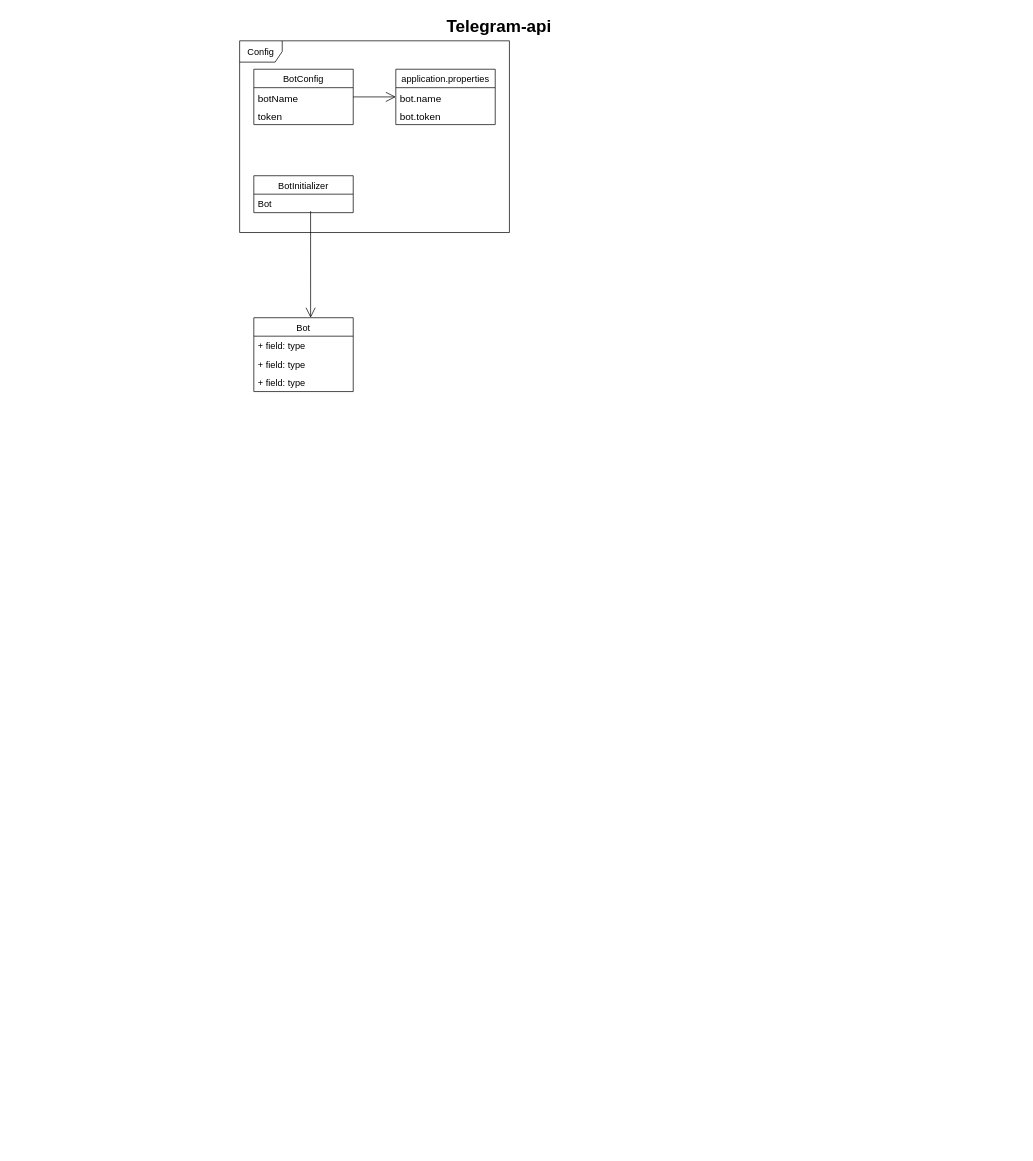
This is page "Telegram-Api Diagram" (2 of 2) of TeamDevelopmentDiagram.drawio from AlexeySapunov/DocTeamDev, a draw.io file, before an edit. Source tidied: cells renumbered, new cells numbered last; positions are measured from the earlier drawing's top-left corner, leaving out a move shared by most shapes. Both pictures are drawn from the tidied source at 71%, with x=0, y=0 at pixel (239, 12).
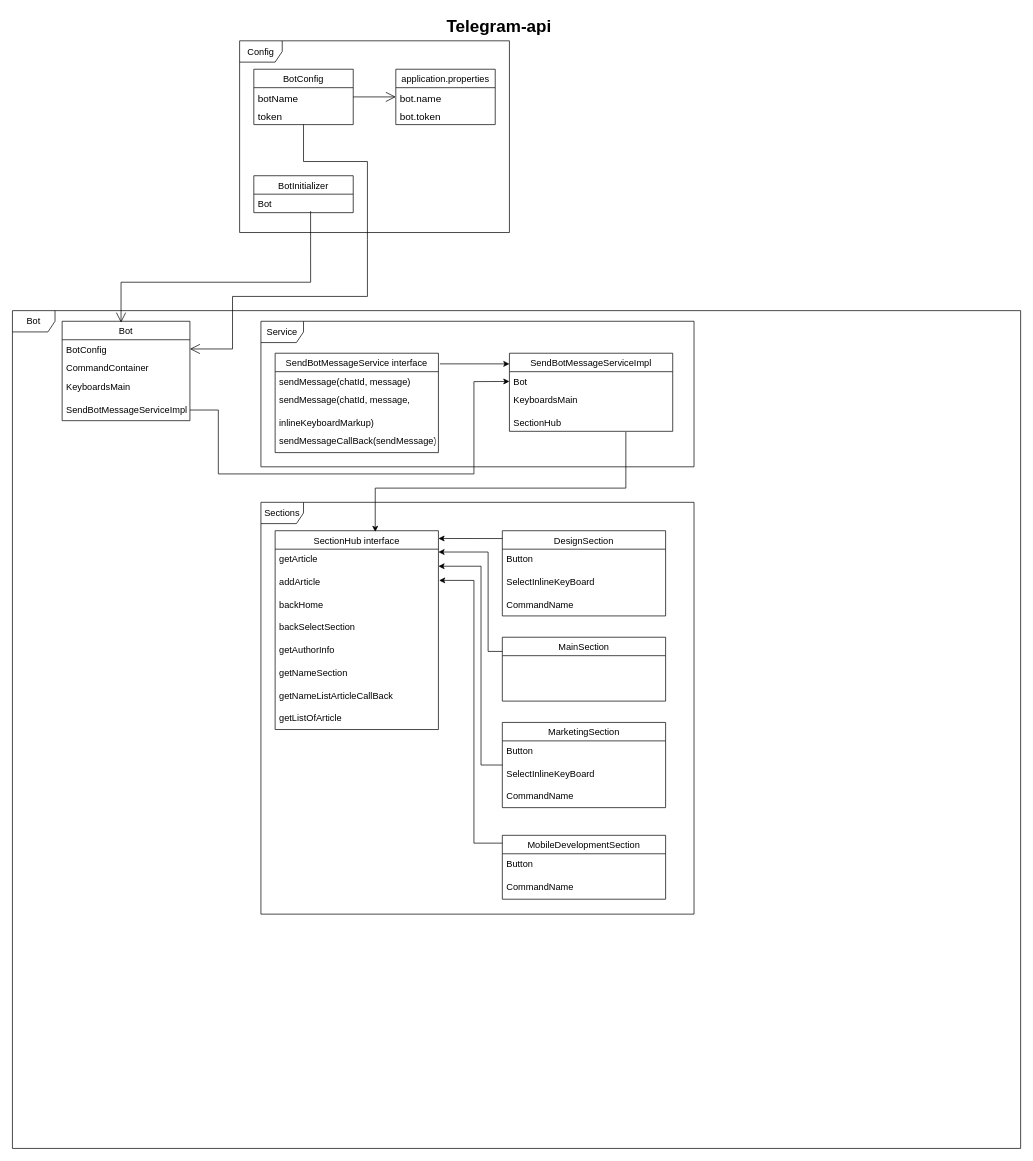
After the change.

Unchanged cells that the change refers to:
```xml
<mxCell id="6" value="token" style="text;strokeColor=none;fillColor=none;align=left;verticalAlign=top;spacingLeft=4;spacingRight=4;overflow=hidden;points=[[0,0.5],[1,0.5]];portConstraint=eastwest;strokeWidth=13;fontSize=14;" parent="4" vertex="1">
  <mxGeometry y="52" width="140" height="26" as="geometry" />
</mxCell>
<mxCell id="12" value="Bot" style="text;strokeColor=none;fillColor=none;align=left;verticalAlign=top;spacingLeft=4;spacingRight=4;overflow=hidden;points=[[0,0.5],[1,0.5]];portConstraint=eastwest;strokeWidth=1;fontFamily=Helvetica;fontSize=13;" parent="11" vertex="1">
  <mxGeometry y="26" width="140" height="26" as="geometry" />
</mxCell>
```

The edit, as a diff of the source:
```diff
@@
+    <mxCell id="18" value="Bot" style="shape=umlFrame;whiteSpace=wrap;html=1;strokeWidth=1;fontFamily=Helvetica;fontSize=13;width=60;height=30;" parent="1" vertex="1">
+      <mxGeometry x="-320" y="420" width="1420" height="1180" as="geometry" />
+    </mxCell>
@@
     <mxCell id="13" value="Bot" style="swimlane;fontStyle=0;horizontal=1;startSize=26;fillColor=none;strokeWidth=1;fontFamily=Helvetica;fontSize=13;" parent="1" vertex="1">
-      <mxGeometry x="20" y="430" width="140" height="104" as="geometry" />
+      <mxGeometry x="-250" y="435" width="180" height="140" as="geometry" />
     </mxCell>
-    <mxCell id="14" value="+ field: type" style="text;strokeColor=none;fillColor=none;align=left;verticalAlign=top;spacingLeft=4;spacingRight=4;overflow=hidden;points=[[0,0.5],[1,0.5]];portConstraint=eastwest;strokeWidth=1;fontFamily=Helvetica;fontSize=13;" parent="13" vertex="1">
-      <mxGeometry y="26" width="140" height="26" as="geometry" />
+    <mxCell id="14" value="BotConfig" style="text;strokeColor=none;fillColor=none;align=left;verticalAlign=top;spacingLeft=4;spacingRight=4;overflow=hidden;points=[[0,0.5],[1,0.5]];portConstraint=eastwest;strokeWidth=1;fontFamily=Helvetica;fontSize=13;" parent="13" vertex="1">
+      <mxGeometry y="26" width="180" height="26" as="geometry" />
     </mxCell>
-    <mxCell id="15" value="+ field: type" style="text;strokeColor=none;fillColor=none;align=left;verticalAlign=top;spacingLeft=4;spacingRight=4;overflow=hidden;strokeWidth=1;fontFamily=Helvetica;fontSize=13;" parent="13" vertex="1">
-      <mxGeometry y="52" width="140" height="26" as="geometry" />
+    <mxCell id="15" value="CommandContainer" style="text;strokeColor=none;fillColor=none;align=left;verticalAlign=top;spacingLeft=4;spacingRight=4;overflow=hidden;strokeWidth=1;fontFamily=Helvetica;fontSize=13;" parent="13" vertex="1">
+      <mxGeometry y="52" width="180" height="26" as="geometry" />
     </mxCell>
-    <mxCell id="16" value="+ field: type" style="text;strokeColor=none;fillColor=none;align=left;verticalAlign=top;spacingLeft=4;spacingRight=4;overflow=hidden;strokeWidth=1;fontFamily=Helvetica;fontSize=13;" parent="13" vertex="1">
-      <mxGeometry y="78" width="140" height="26" as="geometry" />
+    <mxCell id="16" value="KeyboardsMain&#10;&#10;SendBotMessageServiceImpl" style="text;strokeColor=none;fillColor=none;align=left;verticalAlign=top;spacingLeft=4;spacingRight=4;overflow=hidden;strokeWidth=1;fontFamily=Helvetica;fontSize=13;" parent="13" vertex="1">
+      <mxGeometry y="78" width="180" height="62" as="geometry" />
     </mxCell>
-    <mxCell id="17" style="endArrow=open;endFill=1;endSize=12;html=1;rounded=0;fontFamily=Helvetica;fontSize=13;exitX=0.571;exitY=0.923;exitDx=0;exitDy=0;exitPerimeter=0;" parent="1" edge="1" source="12">
+    <mxCell id="17" style="endArrow=open;endFill=1;endSize=12;html=1;rounded=0;fontFamily=Helvetica;fontSize=13;exitX=0.571;exitY=0.923;exitDx=0;exitDy=0;exitPerimeter=0;entryX=0.461;entryY=0.014;entryDx=0;entryDy=0;entryPerimeter=0;" parent="1" edge="1" source="12" target="13">
       <mxGeometry relative="1" as="geometry">
-        <mxPoint x="100" y="430" as="targetPoint" />
+        <Array as="points">
+          <mxPoint x="100" y="380" />
+          <mxPoint x="-167" y="380" />
+        </Array>
       </mxGeometry>
     </mxCell>
+    <mxCell id="19" style="endArrow=open;endFill=1;endSize=12;html=1;rounded=0;fontFamily=Helvetica;fontSize=13;entryX=1;entryY=0.5;entryDx=0;entryDy=0;" parent="1" edge="1" source="6" target="14">
+      <mxGeometry relative="1" as="geometry">
+        <Array as="points">
+          <mxPoint x="90" y="210" />
+          <mxPoint x="180" y="210" />
+          <mxPoint x="180" y="320" />
+          <mxPoint x="180" y="400" />
+          <mxPoint x="-10" y="400" />
+          <mxPoint x="-10" y="474" />
+        </Array>
+      </mxGeometry>
+    </mxCell>
+    <mxCell id="20" value="Service" style="shape=umlFrame;whiteSpace=wrap;html=1;strokeWidth=1;fontFamily=Helvetica;fontSize=13;width=60;height=30;" parent="1" vertex="1">
+      <mxGeometry x="30" y="435" width="610" height="205" as="geometry" />
+    </mxCell>
+    <mxCell id="21" value="SendBotMessageService interface" style="swimlane;fontStyle=0;horizontal=1;startSize=26;fillColor=none;strokeWidth=1;fontFamily=Helvetica;fontSize=13;" parent="1" vertex="1">
+      <mxGeometry x="50" y="480" width="230" height="140" as="geometry" />
+    </mxCell>
+    <mxCell id="22" value="sendMessage(chatId, message)" style="text;strokeColor=none;fillColor=none;align=left;verticalAlign=top;spacingLeft=4;spacingRight=4;overflow=hidden;strokeWidth=1;fontFamily=Helvetica;fontSize=13;" parent="21" vertex="1">
+      <mxGeometry y="26" width="230" height="26" as="geometry" />
+    </mxCell>
+    <mxCell id="23" value="sendMessage(chatId,  message, &#10;&#10;inlineKeyboardMarkup)" style="text;strokeColor=none;fillColor=none;align=left;verticalAlign=top;spacingLeft=4;spacingRight=4;overflow=hidden;strokeWidth=1;fontFamily=Helvetica;fontSize=13;" parent="21" vertex="1">
+      <mxGeometry y="52" width="230" height="58" as="geometry" />
+    </mxCell>
+    <mxCell id="24" value="sendMessageCallBack(sendMessage)" style="text;strokeColor=none;fillColor=none;align=left;verticalAlign=top;spacingLeft=4;spacingRight=4;overflow=hidden;strokeWidth=1;fontFamily=Helvetica;fontSize=13;" parent="21" vertex="1">
+      <mxGeometry y="110" width="230" height="30" as="geometry" />
+    </mxCell>
+    <mxCell id="25" value="SendBotMessageServiceImpl" style="swimlane;fontStyle=0;horizontal=1;startSize=26;fillColor=none;strokeWidth=1;fontFamily=Helvetica;fontSize=13;" parent="1" vertex="1">
+      <mxGeometry x="380" y="480" width="230" height="110" as="geometry" />
+    </mxCell>
+    <mxCell id="26" value="Bot" style="text;strokeColor=none;fillColor=none;align=left;verticalAlign=top;spacingLeft=4;spacingRight=4;overflow=hidden;points=[[0,0.5],[1,0.5]];portConstraint=eastwest;strokeWidth=1;fontFamily=Helvetica;fontSize=13;" parent="25" vertex="1">
+      <mxGeometry y="26" width="230" height="26" as="geometry" />
+    </mxCell>
+    <mxCell id="27" value="KeyboardsMain&#10;&#10;SectionHub" style="text;strokeColor=none;fillColor=none;align=left;verticalAlign=top;spacingLeft=4;spacingRight=4;overflow=hidden;points=[[0,0.5],[1,0.5]];portConstraint=eastwest;strokeWidth=1;fontFamily=Helvetica;fontSize=13;" parent="25" vertex="1">
+      <mxGeometry y="52" width="230" height="58" as="geometry" />
+    </mxCell>
+    <mxCell id="28" style="endArrow=classic;html=1;rounded=0;exitX=1.009;exitY=0.107;exitDx=0;exitDy=0;exitPerimeter=0;" parent="1" edge="1" source="21">
+      <mxGeometry relative="1" as="geometry">
+        <mxPoint x="380" y="495" as="targetPoint" />
+      </mxGeometry>
+    </mxCell>
+    <mxCell id="29" style="endArrow=classic;html=1;rounded=0;" parent="1" edge="1" target="26">
+      <mxGeometry relative="1" as="geometry">
+        <mxPoint x="-70" y="560" as="sourcePoint" />
+        <Array as="points">
+          <mxPoint x="-30" y="560" />
+          <mxPoint x="-30" y="650" />
+          <mxPoint x="330" y="650" />
+          <mxPoint x="330" y="520" />
+        </Array>
+      </mxGeometry>
+    </mxCell>
+    <mxCell id="30" value="Sections" style="shape=umlFrame;whiteSpace=wrap;html=1;strokeWidth=1;fontFamily=Helvetica;fontSize=13;width=60;height=30;" parent="1" vertex="1">
+      <mxGeometry x="30" y="690" width="610" height="580" as="geometry" />
+    </mxCell>
+    <mxCell id="31" value="SectionHub interface" style="swimlane;fontStyle=0;horizontal=1;startSize=26;fillColor=none;strokeWidth=1;fontFamily=Helvetica;fontSize=13;" parent="1" vertex="1">
+      <mxGeometry x="50" y="730" width="230" height="280" as="geometry" />
+    </mxCell>
+    <mxCell id="32" value="getArticle&#10;        &#10;addArticle&#10;        &#10;backHome&#10;        &#10;    backSelectSection&#10;        &#10;getAuthorInfo&#10;        &#10;getNameSection&#10;        &#10;getNameListArticleCallBack&#10;        &#10;getListOfArticle&#10;        &#10;          " style="text;strokeColor=none;fillColor=none;align=left;verticalAlign=top;spacingLeft=4;spacingRight=4;overflow=hidden;points=[[0,0.5],[1,0.5]];portConstraint=eastwest;strokeWidth=1;fontFamily=Helvetica;fontSize=13;" parent="31" vertex="1">
+      <mxGeometry y="26" width="230" height="254" as="geometry" />
+    </mxCell>
+    <mxCell id="33" style="endArrow=classic;html=1;rounded=0;exitX=0.713;exitY=1.017;exitDx=0;exitDy=0;exitPerimeter=0;entryX=0.613;entryY=0.006;entryDx=0;entryDy=0;entryPerimeter=0;" parent="1" edge="1" source="27" target="31">
+      <mxGeometry relative="1" as="geometry">
+        <Array as="points">
+          <mxPoint x="544" y="670" />
+          <mxPoint x="191" y="670" />
+        </Array>
+      </mxGeometry>
+    </mxCell>
+    <mxCell id="34" value="DesignSection" style="swimlane;fontStyle=0;horizontal=1;startSize=26;fillColor=none;strokeWidth=1;fontFamily=Helvetica;fontSize=13;" parent="1" vertex="1">
+      <mxGeometry x="370" y="730" width="230" height="120" as="geometry" />
+    </mxCell>
+    <mxCell id="35" value="    Button&#10;        &#10;SelectInlineKeyBoard&#10;&#10;CommandName        &#10;        &#10;          " style="text;strokeColor=none;fillColor=none;align=left;verticalAlign=top;spacingLeft=4;spacingRight=4;overflow=hidden;strokeWidth=1;fontFamily=Helvetica;fontSize=13;" parent="34" vertex="1">
+      <mxGeometry y="26" width="230" height="94" as="geometry" />
+    </mxCell>
+    <mxCell id="36" style="endArrow=classic;html=1;rounded=0;" parent="1" edge="1">
+      <mxGeometry relative="1" as="geometry">
+        <mxPoint x="370" y="900" as="sourcePoint" />
+        <mxPoint x="280" y="760" as="targetPoint" />
+        <Array as="points">
+          <mxPoint x="350" y="900" />
+          <mxPoint x="350" y="760" />
+        </Array>
+      </mxGeometry>
+    </mxCell>
+    <mxCell id="37" value="MainSection" style="swimlane;fontStyle=0;horizontal=1;startSize=26;fillColor=none;strokeWidth=1;fontFamily=Helvetica;fontSize=13;" parent="1" vertex="1">
+      <mxGeometry x="370" y="880" width="230" height="90" as="geometry" />
+    </mxCell>
+    <mxCell id="38" value="MarketingSection" style="swimlane;fontStyle=0;horizontal=1;startSize=26;fillColor=none;strokeWidth=1;fontFamily=Helvetica;fontSize=13;" parent="1" vertex="1">
+      <mxGeometry x="370" y="1000" width="230" height="120" as="geometry" />
+    </mxCell>
+    <mxCell id="39" value="    Button&#10;        &#10;SelectInlineKeyBoard&#10;&#10;CommandName        &#10;        &#10;          " style="text;strokeColor=none;fillColor=none;align=left;verticalAlign=top;spacingLeft=4;spacingRight=4;overflow=hidden;strokeWidth=1;fontFamily=Helvetica;fontSize=13;" parent="38" vertex="1">
+      <mxGeometry y="26" width="230" height="94" as="geometry" />
+    </mxCell>
+    <mxCell id="40" value="MobileDevelopmentSection" style="swimlane;fontStyle=0;horizontal=1;startSize=26;fillColor=none;strokeWidth=1;fontFamily=Helvetica;fontSize=13;" parent="1" vertex="1">
+      <mxGeometry x="370" y="1159" width="230" height="90" as="geometry" />
+    </mxCell>
+    <mxCell id="41" value="Button&#10;&#10;CommandName        " style="text;strokeColor=none;fillColor=none;align=left;verticalAlign=top;spacingLeft=4;spacingRight=4;overflow=hidden;strokeWidth=1;fontFamily=Helvetica;fontSize=13;" parent="40" vertex="1">
+      <mxGeometry y="26" width="230" height="64" as="geometry" />
+    </mxCell>
+    <mxCell id="42" style="endArrow=classic;html=1;rounded=0;entryX=1;entryY=0.039;entryDx=0;entryDy=0;entryPerimeter=0;" parent="1" edge="1" target="31">
+      <mxGeometry relative="1" as="geometry">
+        <mxPoint x="370" y="741" as="sourcePoint" />
+      </mxGeometry>
+    </mxCell>
+    <mxCell id="43" style="endArrow=classic;html=1;rounded=0;" parent="1" edge="1">
+      <mxGeometry relative="1" as="geometry">
+        <mxPoint x="370" y="1060" as="sourcePoint" />
+        <mxPoint x="280" y="780" as="targetPoint" />
+        <Array as="points">
+          <mxPoint x="340" y="1060" />
+          <mxPoint x="340" y="780" />
+        </Array>
+      </mxGeometry>
+    </mxCell>
+    <mxCell id="44" style="endArrow=classic;html=1;rounded=0;entryX=1.004;entryY=0.173;entryDx=0;entryDy=0;entryPerimeter=0;" parent="1" edge="1" target="32">
+      <mxGeometry relative="1" as="geometry">
+        <mxPoint x="370" y="1170" as="sourcePoint" />
+        <Array as="points">
+          <mxPoint x="330" y="1170" />
+          <mxPoint x="330" y="800" />
+        </Array>
+      </mxGeometry>
+    </mxCell>
```
